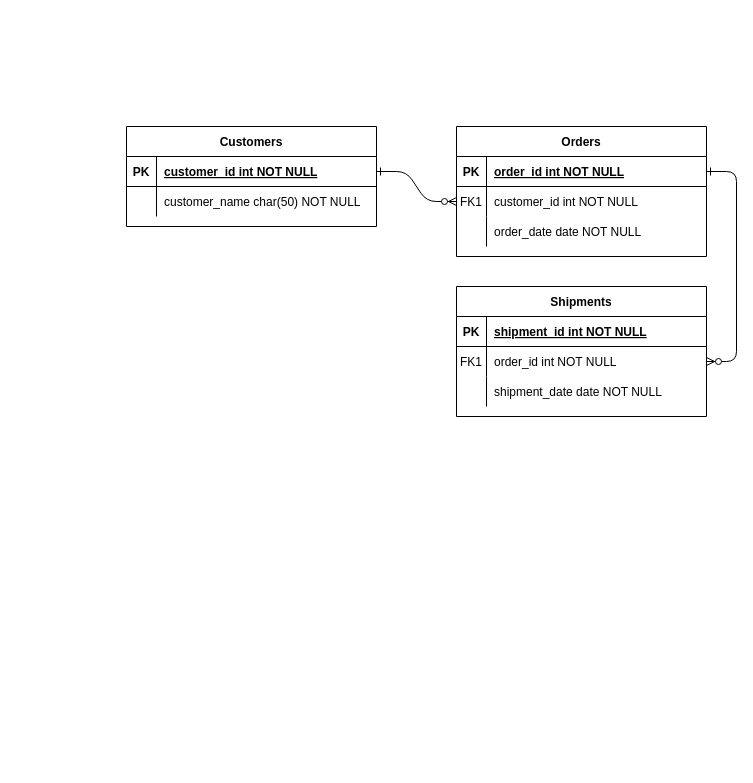
LiviaDevolder/learn-tarot keeps this draw.io diagram as Untitled Diagram.drawio. Above is the earlier version. Source tidied: cells renumbered, new cells numbered last; positions are measured from the earlier drawing's top-left corner, leaving out a move shared by most shapes. Both pictures are drawn from the tidied source at 100%, with x=0, y=0 at pixel (126, 126).
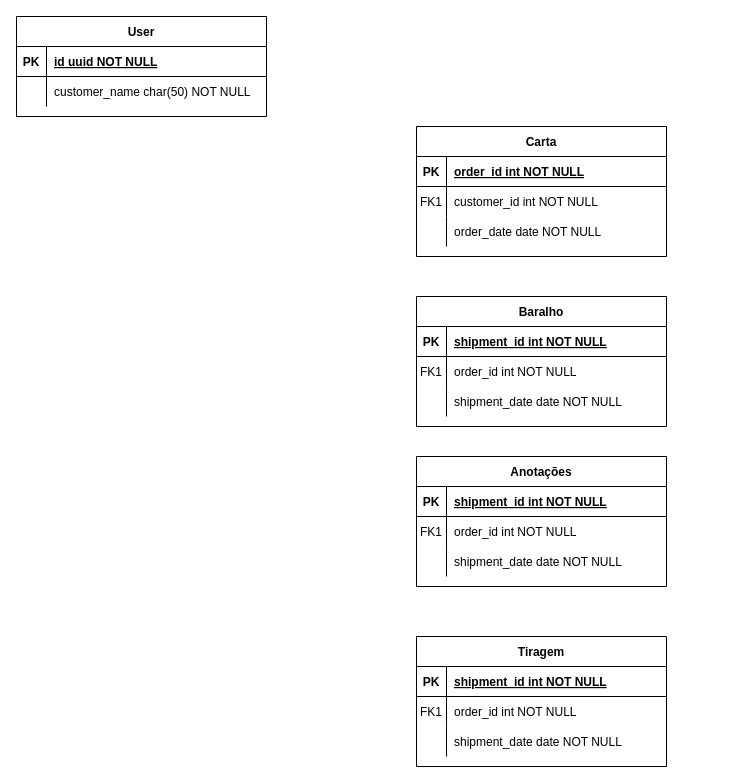
The same page after the edit.

Unchanged cells that the change refers to:
```xml
<mxCell id="5" style="shape=partialRectangle;fillColor=none;points=[[0,0.5],[1,0.5]];portConstraint=eastwest;top=0;left=0;right=0;bottom=1;" parent="4" vertex="1">
  <mxGeometry y="30" width="250" height="30" as="geometry" />
</mxCell>
<mxCell id="8" style="shape=partialRectangle;fillColor=none;points=[[0,0.5],[1,0.5]];portConstraint=eastwest;top=0;left=0;right=0;bottom=0;" parent="4" vertex="1">
  <mxGeometry y="60" width="250" height="30" as="geometry" />
</mxCell>
<mxCell id="18" style="shape=partialRectangle;fillColor=none;points=[[0,0.5],[1,0.5]];portConstraint=eastwest;top=0;left=0;right=0;bottom=0;" parent="14" vertex="1">
  <mxGeometry y="60" width="250" height="30" as="geometry" />
</mxCell>
<mxCell id="25" style="shape=partialRectangle;fillColor=none;points=[[0,0.5],[1,0.5]];portConstraint=eastwest;top=0;left=0;right=0;bottom=1;" parent="24" vertex="1">
  <mxGeometry y="30" width="250" height="30" as="geometry" />
</mxCell>
```

The edit, as a diff of the source:
```diff
@@
-    <mxCell id="2" style="edgeStyle=entityRelationEdgeStyle;endArrow=ERzeroToMany;startArrow=ERone;endFill=1;startFill=0;" parent="1" edge="1" source="25" target="8">
-      <mxGeometry relative="1" as="geometry" />
-    </mxCell>
-    <mxCell id="3" style="edgeStyle=entityRelationEdgeStyle;endArrow=ERzeroToMany;startArrow=ERone;endFill=1;startFill=0;" parent="1" edge="1" source="5" target="18">
-      <mxGeometry relative="1" as="geometry" />
-    </mxCell>
-    <mxCell id="4" value="Orders" style="shape=table;startSize=30;childLayout=tableLayout;rowLines=0;fontStyle=1;align=center;" parent="1" vertex="1">
-      <mxGeometry x="330" width="250" height="130" as="geometry" />
+    <mxCell id="4" value="Carta" style="shape=table;startSize=30;childLayout=tableLayout;rowLines=0;fontStyle=1;align=center;" parent="1" vertex="1">
+      <mxGeometry x="290" width="250" height="130" as="geometry" />
     </mxCell>
@@
-    <mxCell id="14" value="Shipments" style="shape=table;startSize=30;childLayout=tableLayout;rowLines=0;fontStyle=1;align=center;" parent="1" vertex="1">
-      <mxGeometry x="330" y="160" width="250" height="130" as="geometry" />
+    <mxCell id="14" value="Baralho" style="shape=table;startSize=30;childLayout=tableLayout;rowLines=0;fontStyle=1;align=center;" parent="1" vertex="1">
+      <mxGeometry x="290" y="170" width="250" height="130" as="geometry" />
     </mxCell>
@@
-    <mxCell id="24" value="Customers" style="shape=table;startSize=30;childLayout=tableLayout;rowLines=0;fontStyle=1;align=center;" parent="1" vertex="1">
-      <mxGeometry width="250" height="100" as="geometry" />
+    <mxCell id="24" value="User" style="shape=table;startSize=30;childLayout=tableLayout;rowLines=1;fontStyle=1;align=center;" parent="1" vertex="1">
+      <mxGeometry x="-110" y="-110" width="250" height="100" as="geometry" />
     </mxCell>
@@
-    <mxCell id="27" value="customer_id int NOT NULL " style="shape=partialRectangle;overflow=hidden;fillColor=none;top=0;left=0;bottom=0;right=0;align=left;spacingLeft=6;fontStyle=5;" parent="25" vertex="1">
+    <mxCell id="27" value="id uuid NOT NULL " style="shape=partialRectangle;overflow=hidden;fillColor=none;top=0;left=0;bottom=0;right=0;align=left;spacingLeft=6;fontStyle=5;" parent="25" vertex="1">
       <mxGeometry x="30" width="220" height="30" as="geometry" />
     </mxCell>
@@
+    <mxCell id="31" value="Anotações" style="shape=table;startSize=30;childLayout=tableLayout;rowLines=0;fontStyle=1;align=center;" parent="1" vertex="1">
+      <mxGeometry x="290" y="330" width="250" height="130" as="geometry" />
+    </mxCell>
+    <mxCell id="32" style="shape=partialRectangle;fillColor=none;top=0;left=0;right=0;bottom=1;" parent="31" vertex="1">
+      <mxGeometry y="30" width="250" height="30" as="geometry" />
+    </mxCell>
+    <mxCell id="33" value="PK" style="shape=partialRectangle;overflow=hidden;fillColor=none;top=0;left=0;bottom=0;right=0;fontStyle=1;" parent="32" vertex="1">
+      <mxGeometry width="30" height="30" as="geometry" />
+    </mxCell>
+    <mxCell id="34" value="shipment_id int NOT NULL " style="shape=partialRectangle;overflow=hidden;fillColor=none;top=0;left=0;bottom=0;right=0;align=left;spacingLeft=6;fontStyle=5;" parent="32" vertex="1">
+      <mxGeometry x="30" width="220" height="30" as="geometry" />
+    </mxCell>
+    <mxCell id="35" style="shape=partialRectangle;fillColor=none;top=0;left=0;right=0;bottom=0;" parent="31" vertex="1">
+      <mxGeometry y="60" width="250" height="30" as="geometry" />
+    </mxCell>
+    <mxCell id="36" value="FK1" style="shape=partialRectangle;overflow=hidden;fillColor=none;top=0;left=0;bottom=0;right=0;" parent="35" vertex="1">
+      <mxGeometry width="30" height="30" as="geometry" />
+    </mxCell>
+    <mxCell id="37" value="order_id int NOT NULL" style="shape=partialRectangle;overflow=hidden;fillColor=none;top=0;left=0;bottom=0;right=0;align=left;spacingLeft=6;" parent="35" vertex="1">
+      <mxGeometry x="30" width="220" height="30" as="geometry" />
+    </mxCell>
+    <mxCell id="38" style="shape=partialRectangle;fillColor=none;top=0;left=0;right=0;bottom=0;" parent="31" vertex="1">
+      <mxGeometry y="90" width="250" height="30" as="geometry" />
+    </mxCell>
+    <mxCell id="39" style="shape=partialRectangle;overflow=hidden;fillColor=none;top=0;left=0;bottom=0;right=0;" parent="38" vertex="1">
+      <mxGeometry width="30" height="30" as="geometry" />
+    </mxCell>
+    <mxCell id="40" value="shipment_date date NOT NULL" style="shape=partialRectangle;overflow=hidden;fillColor=none;top=0;left=0;bottom=0;right=0;align=left;spacingLeft=6;" parent="38" vertex="1">
+      <mxGeometry x="30" width="220" height="30" as="geometry" />
+    </mxCell>
+    <mxCell id="41" value="Tiragem" style="shape=table;startSize=30;childLayout=tableLayout;rowLines=0;fontStyle=1;align=center;" parent="1" vertex="1">
+      <mxGeometry x="290" y="510" width="250" height="130" as="geometry" />
+    </mxCell>
+    <mxCell id="42" style="shape=partialRectangle;fillColor=none;top=0;left=0;right=0;bottom=1;" parent="41" vertex="1">
+      <mxGeometry y="30" width="250" height="30" as="geometry" />
+    </mxCell>
+    <mxCell id="43" value="PK" style="shape=partialRectangle;overflow=hidden;fillColor=none;top=0;left=0;bottom=0;right=0;fontStyle=1;" parent="42" vertex="1">
+      <mxGeometry width="30" height="30" as="geometry" />
+    </mxCell>
+    <mxCell id="44" value="shipment_id int NOT NULL " style="shape=partialRectangle;overflow=hidden;fillColor=none;top=0;left=0;bottom=0;right=0;align=left;spacingLeft=6;fontStyle=5;" parent="42" vertex="1">
+      <mxGeometry x="30" width="220" height="30" as="geometry" />
+    </mxCell>
+    <mxCell id="45" style="shape=partialRectangle;fillColor=none;top=0;left=0;right=0;bottom=0;" parent="41" vertex="1">
+      <mxGeometry y="60" width="250" height="30" as="geometry" />
+    </mxCell>
+    <mxCell id="46" value="FK1" style="shape=partialRectangle;overflow=hidden;fillColor=none;top=0;left=0;bottom=0;right=0;" parent="45" vertex="1">
+      <mxGeometry width="30" height="30" as="geometry" />
+    </mxCell>
+    <mxCell id="47" value="order_id int NOT NULL" style="shape=partialRectangle;overflow=hidden;fillColor=none;top=0;left=0;bottom=0;right=0;align=left;spacingLeft=6;" parent="45" vertex="1">
+      <mxGeometry x="30" width="220" height="30" as="geometry" />
+    </mxCell>
+    <mxCell id="48" style="shape=partialRectangle;fillColor=none;top=0;left=0;right=0;bottom=0;" parent="41" vertex="1">
+      <mxGeometry y="90" width="250" height="30" as="geometry" />
+    </mxCell>
+    <mxCell id="49" style="shape=partialRectangle;overflow=hidden;fillColor=none;top=0;left=0;bottom=0;right=0;" parent="48" vertex="1">
+      <mxGeometry width="30" height="30" as="geometry" />
+    </mxCell>
+    <mxCell id="50" value="shipment_date date NOT NULL" style="shape=partialRectangle;overflow=hidden;fillColor=none;top=0;left=0;bottom=0;right=0;align=left;spacingLeft=6;" parent="48" vertex="1">
+      <mxGeometry x="30" width="220" height="30" as="geometry" />
+    </mxCell>
```
